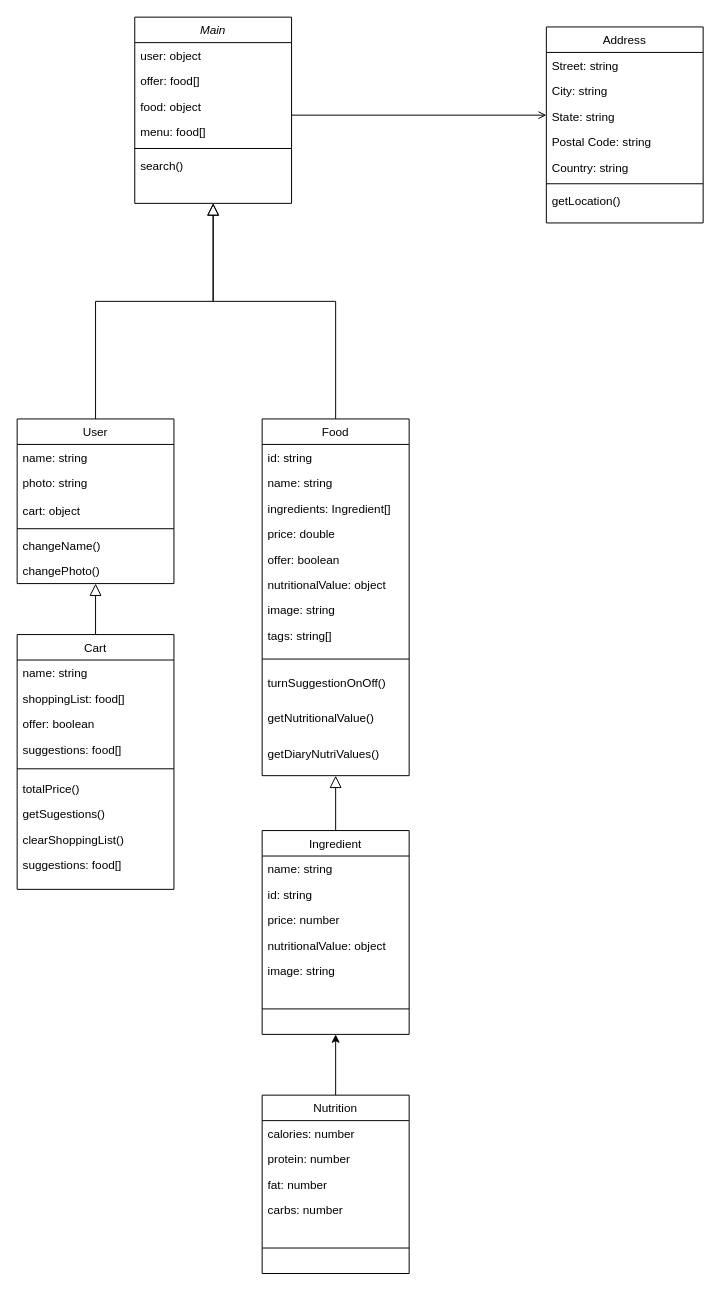
The draw.io diagram foodee/foodeeUML.drawio in TrezzeIohan/Foodee, before the edit. Source tidied: cells renumbered, new cells numbered last; positions are measured from the earlier drawing's top-left corner, leaving out a move shared by most shapes. Both pictures are drawn from the tidied source at 98%, with x=0, y=0 at pixel (17, -5).
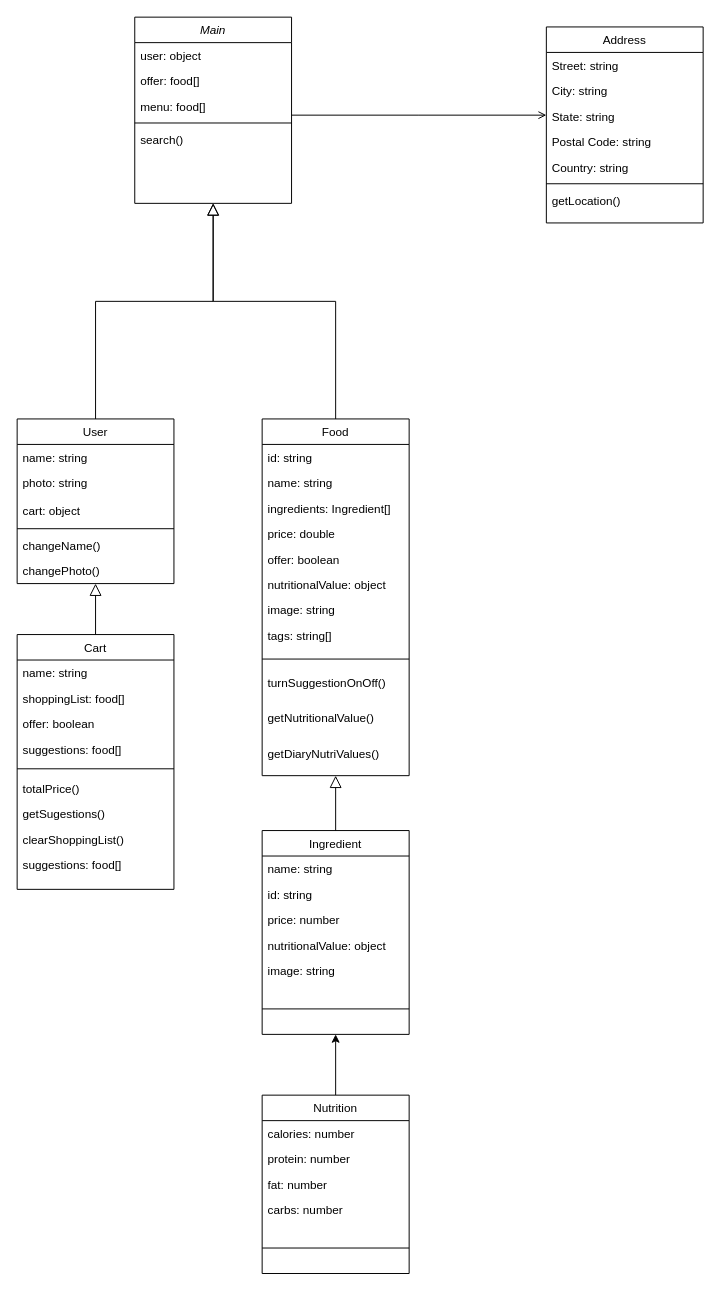
The same page after the edit.

Unchanged cells that the change refers to:
```xml
<mxCell id="2" value="Main" style="swimlane;fontStyle=2;align=center;verticalAlign=top;horizontal=1;startSize=26;rounded=0;shadow=0;strokeWidth=1;labelBackgroundColor=none;" parent="1" vertex="1">
  <mxGeometry x="120" y="22" width="160" height="190" as="geometry" />
</mxCell>
```

The edit, as a diff of the source:
```diff
@@
-    <mxCell id="5" value="food: object" style="text;align=left;verticalAlign=top;spacingLeft=4;spacingRight=4;overflow=hidden;rounded=0;shadow=0;html=0;labelBackgroundColor=none;" parent="2" vertex="1">
-      <mxGeometry y="78" width="160" height="26" as="geometry" />
-    </mxCell>
     <mxCell id="6" value="menu: food[]" style="text;align=left;verticalAlign=top;spacingLeft=4;spacingRight=4;overflow=hidden;rounded=0;shadow=0;html=0;labelBackgroundColor=none;" parent="2" vertex="1">
-      <mxGeometry y="104" width="160" height="26" as="geometry" />
+      <mxGeometry y="78" width="160" height="26" as="geometry" />
     </mxCell>
     <mxCell id="7" style="line;html=1;strokeWidth=1;align=left;verticalAlign=middle;spacingTop=-1;spacingLeft=3;spacingRight=3;labelPosition=right;labelBackgroundColor=none;" parent="2" vertex="1">
-      <mxGeometry y="130" width="160" height="8" as="geometry" />
+      <mxGeometry y="104" width="160" height="8" as="geometry" />
     </mxCell>
     <mxCell id="8" value="search()" style="text;align=left;verticalAlign=top;spacingLeft=4;spacingRight=4;overflow=hidden;labelBackgroundColor=none;" parent="2" vertex="1">
-      <mxGeometry y="138" width="160" height="26" as="geometry" />
+      <mxGeometry y="112" width="160" height="26" as="geometry" />
     </mxCell>
```
